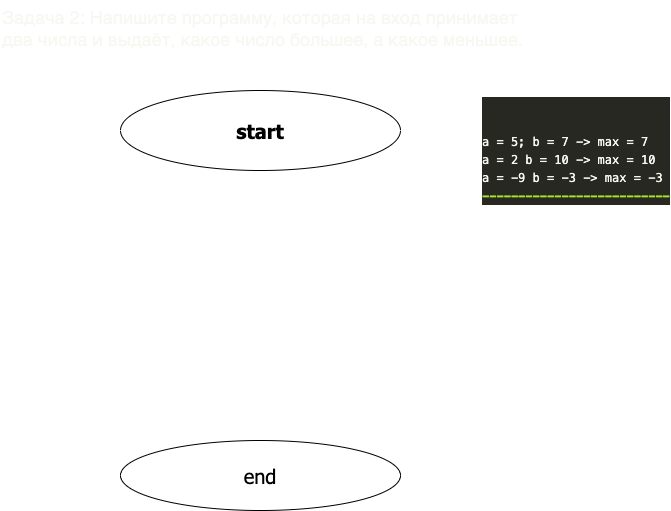
This is homework/task002/diagram.drawio.png from SergeyION/homework, a draw.io export, as it was before one commit. Source tidied: cells renumbered, new cells last; positions are measured from the earlier drawing's top-left corner, leaving out a move shared by most shapes.
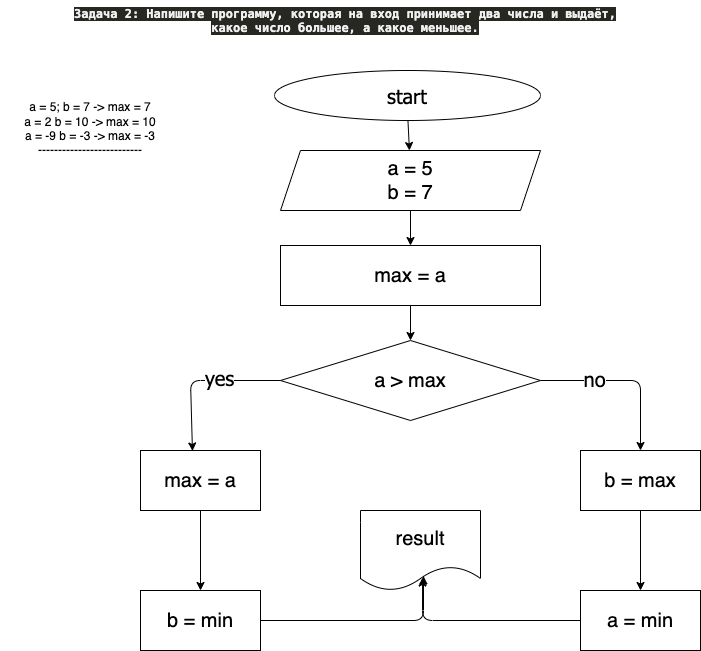
After the change.

What changed in the source:
```diff
@@ -2,17 +2,91 @@
   <root>
     <mxCell id="0" />
     <mxCell id="1" parent="0" />
-    <mxCell id="2" value="&lt;div style=&quot;color: rgb(248 , 248 , 242) ; background-color: rgb(39 , 40 , 34) ; font-family: &amp;#34;menlo&amp;#34; , &amp;#34;monaco&amp;#34; , &amp;#34;courier new&amp;#34; , monospace ; font-weight: normal ; font-size: 12px ; line-height: 18px&quot;&gt;&lt;div&gt;&lt;br&gt;&lt;/div&gt;&lt;br&gt;&lt;div&gt;&lt;span style=&quot;color: #f8f8f2&quot;&gt;a = 5; b = 7 -&amp;gt; max = 7&lt;/span&gt;&lt;/div&gt;&lt;div&gt;&lt;span style=&quot;color: #f8f8f2&quot;&gt;a = 2 b = 10 -&amp;gt; max = 10&lt;/span&gt;&lt;/div&gt;&lt;div&gt;&lt;span style=&quot;color: #f8f8f2&quot;&gt;a = -9 b = -3 -&amp;gt; max = -3&lt;/span&gt;&lt;/div&gt;&lt;div&gt;&lt;span style=&quot;color: #a6e22e ; font-weight: bold&quot;&gt;--------------------------&lt;/span&gt;&lt;/div&gt;&lt;/div&gt;" style="text;whiteSpace=wrap;html=1;rounded=0;" parent="1" vertex="1">
-      <mxGeometry x="480" y="90" width="190" height="110" as="geometry" />
+    <mxCell id="2" value="&#10;&#10;&#10;a = 5; b = 7 -&gt; max = 7&#10;a = 2 b = 10 -&gt; max = 10&#10;a = -9 b = -3 -&gt; max = -3&#10;--------------------------" style="text;whiteSpace=wrap;horizontal=1;align=center;verticalAlign=top;" parent="1" vertex="1">
+      <mxGeometry x="-100" y="30" width="180" height="110" as="geometry" />
     </mxCell>
-    <mxCell id="3" value="&lt;meta charset=&quot;utf-8&quot;&gt;&lt;h2 class=&quot;code-line&quot; dir=&quot;auto&quot; id=&quot;%D0%B7%D0%B0%D0%B4%D0%B0%D1%87%D0%B0-2-%D0%BD%D0%B0%D0%BF%D0%B8%D1%88%D0%B8%D1%82%D0%B5-%D0%BF%D1%80%D0%BE%D0%B3%D1%80%D0%B0%D0%BC%D0%BC%D1%83-%D0%BA%D0%BE%D1%82%D0%BE%D1%80%D0%B0%D1%8F-%D0%BD%D0%B0-%D0%B2%D1%85%D0%BE%D0%B4-%D0%BF%D1%80%D0%B8%D0%BD%D0%B8%D0%BC%D0%B0%D0%B5%D1%82-%D0%B4%D0%B2%D0%B0-%D1%87%D0%B8%D1%81%D0%BB%D0%B0-%D0%B8-%D0%B2%D1%8B%D0%B4%D0%B0%D1%91%D1%82-%D0%BA%D0%B0%D0%BA%D0%BE%D0%B5-%D1%87%D0%B8%D1%81%D0%BB%D0%BE-%D0%B1%D0%BE%D0%BB%D1%8C%D1%88%D0%B5%D0%B5-%D0%B0-%D0%BA%D0%B0%D0%BA%D0%BE%D0%B5-%D0%BC%D0%B5%D0%BD%D1%8C%D1%88%D0%B5%D0%B5&quot; style=&quot;margin-top: 0px; font-weight: normal; margin-bottom: 0.2em; position: relative; color: rgb(248, 248, 242); font-style: normal; letter-spacing: normal; text-indent: 0px; text-transform: none; word-spacing: 0px;&quot;&gt;Задача 2: Напишите программу, которая на вход принимает два числа и выдаёт, какое число большее, а какое меньшее.&lt;/h2&gt;" style="text;whiteSpace=wrap;html=1;rounded=0;" parent="1" vertex="1">
-      <mxGeometry width="550" height="60" as="geometry" />
+    <mxCell id="3" value="&lt;span style=&quot;font-family: menlo, monaco, &amp;quot;courier new&amp;quot;, monospace; font-size: 12px; font-style: normal; font-weight: 700; letter-spacing: normal; text-indent: 0px; text-transform: none; word-spacing: 0px; background-color: rgb(39, 40, 34); display: inline; float: none;&quot;&gt;Задача 2: Напишите программу, которая на вход принимает два числа и выдаёт, какое число большее, а какое меньшее.&lt;/span&gt;" style="text;whiteSpace=wrap;html=1;fontColor=#F0F0F0;align=center;" parent="1" vertex="1">
+      <mxGeometry x="-30" y="-20" width="550" height="40" as="geometry" />
     </mxCell>
+    <mxCell id="6" style="edgeStyle=none;html=1;fontFamily=Tahoma;fontSize=20;" parent="1" edge="1" source="4" target="5">
+      <mxGeometry relative="1" as="geometry" />
+    </mxCell>
-    <mxCell id="4" value="&lt;h3&gt;&lt;font style=&quot;font-size: 20px&quot; face=&quot;Tahoma&quot;&gt;start&lt;/font&gt;&lt;/h3&gt;" style="ellipse;whiteSpace=wrap;html=1;rounded=0;" parent="1" vertex="1">
-      <mxGeometry x="120" y="90" width="280" height="80" as="geometry" />
+    <mxCell id="4" value="&lt;font face=&quot;Tahoma&quot; style=&quot;font-size: 20px&quot;&gt;start&lt;/font&gt;" style="ellipse;whiteSpace=wrap;html=1;fillColor=none;" parent="1" vertex="1">
+      <mxGeometry x="174" y="50" width="266" height="50" as="geometry" />
     </mxCell>
+    <mxCell id="7" style="edgeStyle=none;html=1;fontFamily=Tahoma;fontSize=20;" parent="1" edge="1" source="5" target="9">
+      <mxGeometry relative="1" as="geometry" />
+    </mxCell>
-    <mxCell id="5" value="&lt;font face=&quot;Tahoma&quot; style=&quot;font-size: 20px&quot;&gt;end&lt;/font&gt;" style="ellipse;whiteSpace=wrap;html=1;rounded=0;" parent="1" vertex="1">
-      <mxGeometry x="120" y="440" width="280" height="70" as="geometry" />
+    <mxCell id="5" value="a = 5&lt;br style=&quot;font-size: 20px;&quot;&gt;b = 7" style="shape=parallelogram;perimeter=parallelogramPerimeter;whiteSpace=wrap;html=1;fixedSize=1;fillColor=none;fontSize=20;" parent="1" vertex="1">
+      <mxGeometry x="180" y="130" width="260" height="60" as="geometry" />
     </mxCell>
+    <mxCell id="8" style="edgeStyle=none;html=1;fontFamily=Tahoma;fontSize=20;" parent="1" edge="1" source="9" target="14">
+      <mxGeometry relative="1" as="geometry" />
+    </mxCell>
+    <mxCell id="9" value="max = a" style="whiteSpace=wrap;html=1;fillColor=none;fontSize=20;" parent="1" vertex="1">
+      <mxGeometry x="180" y="225" width="260" height="60" as="geometry" />
+    </mxCell>
+    <mxCell id="10" style="edgeStyle=none;html=1;fontFamily=Tahoma;fontSize=20;exitX=0;exitY=0.5;exitDx=0;exitDy=0;entryX=0.433;entryY=0.008;entryDx=0;entryDy=0;entryPerimeter=0;" parent="1" edge="1" source="14" target="16">
+      <mxGeometry relative="1" as="geometry">
+        <Array as="points">
+          <mxPoint x="90" y="360" />
+        </Array>
+      </mxGeometry>
+    </mxCell>
+    <mxCell id="11" value="yes" style="edgeLabel;html=1;align=center;verticalAlign=middle;fontSize=20;fontFamily=Tahoma;" parent="10" vertex="1">
+      <mxGeometry x="-0.23" y="-1" relative="1" as="geometry">
+        <mxPoint y="-3" as="offset" />
+      </mxGeometry>
+    </mxCell>
+    <mxCell id="12" style="edgeStyle=none;html=1;fontFamily=Tahoma;fontSize=20;exitX=1;exitY=0.5;exitDx=0;exitDy=0;entryX=0.5;entryY=0;entryDx=0;entryDy=0;" parent="1" edge="1" source="14" target="18">
+      <mxGeometry relative="1" as="geometry">
+        <Array as="points">
+          <mxPoint x="540" y="360" />
+        </Array>
+      </mxGeometry>
+    </mxCell>
+    <mxCell id="13" value="no" style="edgeLabel;html=1;align=center;verticalAlign=middle;fontSize=20;fontFamily=Tahoma;" parent="12" vertex="1">
+      <mxGeometry x="-0.38" y="-1" relative="1" as="geometry">
+        <mxPoint y="-4" as="offset" />
+      </mxGeometry>
+    </mxCell>
+    <mxCell id="14" value="a &amp;gt; max" style="rhombus;whiteSpace=wrap;html=1;fillColor=none;fontSize=20;" parent="1" vertex="1">
+      <mxGeometry x="180" y="320" width="260" height="80" as="geometry" />
+    </mxCell>
+    <mxCell id="15" style="edgeStyle=none;html=1;fontFamily=Tahoma;fontSize=20;" parent="1" edge="1" source="16" target="20">
+      <mxGeometry relative="1" as="geometry" />
+    </mxCell>
+    <mxCell id="16" value="max = a" style="whiteSpace=wrap;html=1;fillColor=none;fontSize=20;" parent="1" vertex="1">
+      <mxGeometry x="40" y="430" width="120" height="60" as="geometry" />
+    </mxCell>
+    <mxCell id="17" style="edgeStyle=none;html=1;fontFamily=Tahoma;fontSize=20;" parent="1" edge="1" source="18" target="22">
+      <mxGeometry relative="1" as="geometry" />
+    </mxCell>
+    <mxCell id="18" value="b = max" style="whiteSpace=wrap;html=1;fontSize=20;fillColor=none;" parent="1" vertex="1">
+      <mxGeometry x="480" y="430" width="120" height="60" as="geometry" />
+    </mxCell>
+    <mxCell id="19" style="edgeStyle=none;html=1;fontFamily=Tahoma;fontSize=20;exitX=1;exitY=0.5;exitDx=0;exitDy=0;entryX=0.525;entryY=0.819;entryDx=0;entryDy=0;entryPerimeter=0;" parent="1" edge="1" source="20" target="23">
+      <mxGeometry relative="1" as="geometry">
+        <Array as="points">
+          <mxPoint x="323" y="600" />
+        </Array>
+      </mxGeometry>
+    </mxCell>
+    <mxCell id="20" value="b = min" style="whiteSpace=wrap;html=1;fontSize=20;fillColor=none;" parent="1" vertex="1">
+      <mxGeometry x="40" y="570" width="120" height="60" as="geometry" />
+    </mxCell>
+    <mxCell id="21" style="edgeStyle=none;html=1;fontFamily=Tahoma;fontSize=20;entryX=0.517;entryY=0.844;entryDx=0;entryDy=0;entryPerimeter=0;exitX=0;exitY=0.5;exitDx=0;exitDy=0;" parent="1" edge="1" source="22" target="23">
+      <mxGeometry relative="1" as="geometry">
+        <Array as="points">
+          <mxPoint x="322" y="600" />
+        </Array>
+      </mxGeometry>
+    </mxCell>
+    <mxCell id="22" value="a = min" style="whiteSpace=wrap;html=1;fontSize=20;fillColor=none;" parent="1" vertex="1">
+      <mxGeometry x="480" y="570" width="120" height="60" as="geometry" />
+    </mxCell>
+    <mxCell id="23" value="result" style="shape=document;whiteSpace=wrap;html=1;boundedLbl=1;fontSize=20;fillColor=none;" parent="1" vertex="1">
+      <mxGeometry x="260" y="490" width="120" height="80" as="geometry" />
+    </mxCell>
   </root>
 </mxGraphModel>
```
